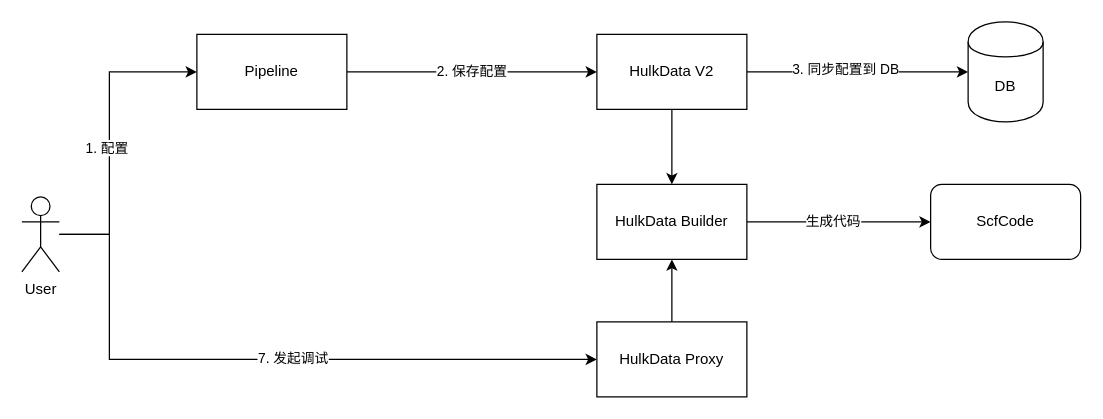
Earlier version of the draw.io diagram 未命名绘图.drawio (NPjuan/learn-react). Source tidied: cells renumbered, new cells numbered last; positions are measured from the earlier drawing's top-left corner, leaving out a move shared by most shapes. Both pictures are drawn from the tidied source at 125%, with x=0, y=0 at pixel (21, 21).
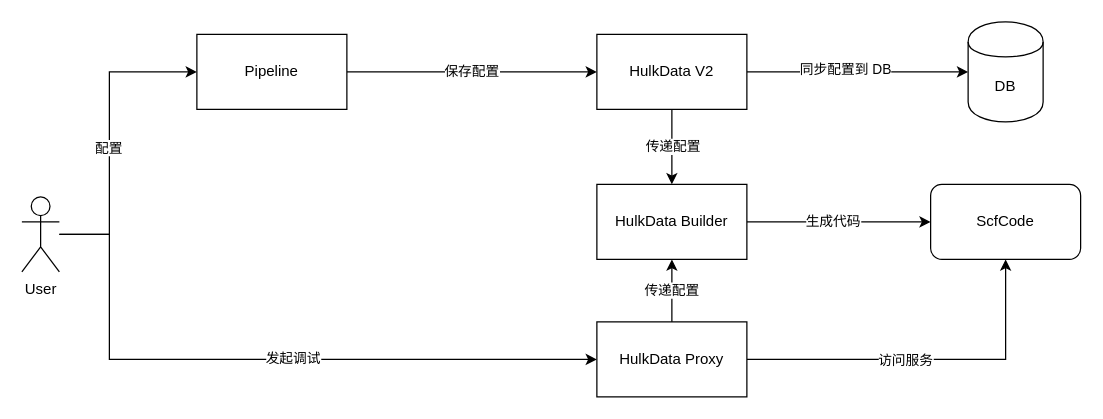
The same page after the edit.

Commit message:
更新未命名绘图.drawio

Unchanged cells that the change refers to:
```xml
<mxCell id="2" style="edgeStyle=orthogonalEdgeStyle;rounded=0;jettySize=auto;html=1;entryX=0;entryY=0.5;entryDx=0;entryDy=0;" parent="1" edge="1" source="6" target="8">
  <mxGeometry relative="1" as="geometry">
    <Array as="points">
      <mxPoint x="70" y="170" />
      <mxPoint x="70" y="40" />
    </Array>
  </mxGeometry>
</mxCell>
<mxCell id="4" style="edgeStyle=orthogonalEdgeStyle;rounded=0;jettySize=auto;html=1;entryX=0;entryY=0.5;entryDx=0;entryDy=0;" parent="1" edge="1" source="6" target="15">
  <mxGeometry relative="1" as="geometry">
    <Array as="points">
      <mxPoint x="70" y="170" />
      <mxPoint x="70" y="270" />
    </Array>
  </mxGeometry>
</mxCell>
<mxCell id="8" value="Pipeline" style="whiteSpace=wrap;html=1;" parent="1" vertex="1">
  <mxGeometry x="140" y="10" width="120" height="60" as="geometry" />
</mxCell>
<mxCell id="9" style="edgeStyle=orthogonalEdgeStyle;rounded=0;jettySize=auto;html=1;entryX=0;entryY=0.5;entryDx=0;entryDy=0;" parent="1" edge="1" source="12" target="13">
  <mxGeometry relative="1" as="geometry" />
</mxCell>
<mxCell id="11" style="edgeStyle=orthogonalEdgeStyle;rounded=0;jettySize=auto;html=1;entryX=0.5;entryY=0;entryDx=0;entryDy=0;" parent="1" edge="1" source="12" target="18">
  <mxGeometry relative="1" as="geometry" />
</mxCell>
<mxCell id="12" value="HulkData V2" style="whiteSpace=wrap;html=1;" parent="1" vertex="1">
  <mxGeometry x="460" y="10" width="120" height="60" as="geometry" />
</mxCell>
<mxCell id="15" value="HulkData Proxy" style="whiteSpace=wrap;html=1;" parent="1" vertex="1">
  <mxGeometry x="460" y="240" width="120" height="60" as="geometry" />
</mxCell>
<mxCell id="18" value="HulkData Builder" style="whiteSpace=wrap;html=1;" parent="1" vertex="1">
  <mxGeometry x="460" y="130" width="120" height="60" as="geometry" />
</mxCell>
<mxCell id="19" value="ScfCode" style="rounded=1;whiteSpace=wrap;html=1;" parent="1" vertex="1">
  <mxGeometry x="727" y="130" width="120" height="60" as="geometry" />
</mxCell>
```

What changed in the source:
```diff
@@
-    <mxCell id="3" value="1. 配置" style="edgeLabel;html=1;align=center;verticalAlign=middle;" parent="2" vertex="1">
+    <mxCell id="3" value="&amp;nbsp;配置" style="edgeLabel;html=1;align=center;verticalAlign=middle;" parent="2" vertex="1">
       <mxGeometry x="-0.08" y="3" relative="1" as="geometry" />
     </mxCell>
@@
-    <mxCell id="5" value="7. 发起调试" style="edgeLabel;html=1;align=center;verticalAlign=middle;" parent="4" vertex="1">
+    <mxCell id="5" value="发起调试" style="edgeLabel;html=1;align=center;verticalAlign=middle;" parent="4" vertex="1">
       <mxGeometry x="0.08" y="2" relative="1" as="geometry" />
     </mxCell>
@@
-    <mxCell id="7" value="2. 保存配置" style="edgeStyle=orthogonalEdgeStyle;rounded=0;jettySize=auto;html=1;entryX=0;entryY=0.5;entryDx=0;entryDy=0;" parent="1" edge="1" source="8" target="12">
+    <mxCell id="7" value="保存配置" style="edgeStyle=orthogonalEdgeStyle;rounded=0;jettySize=auto;html=1;entryX=0;entryY=0.5;entryDx=0;entryDy=0;" parent="1" edge="1" source="8" target="12">
       <mxGeometry relative="1" as="geometry" />
     </mxCell>
@@
-    <mxCell id="10" value="3. 同步配置到 DB" style="edgeLabel;html=1;align=center;verticalAlign=middle;" parent="9" vertex="1">
+    <mxCell id="10" value="同步配置到 DB" style="edgeLabel;html=1;align=center;verticalAlign=middle;" parent="9" vertex="1">
       <mxGeometry x="-0.12" y="3" relative="1" as="geometry" />
     </mxCell>
@@
+    <mxCell id="20" value="传递配置" style="edgeLabel;html=1;align=center;verticalAlign=middle;" parent="11" vertex="1">
+      <mxGeometry x="-0.03" relative="1" as="geometry" />
+    </mxCell>
@@
-    <mxCell id="14" style="edgeStyle=orthogonalEdgeStyle;rounded=0;jettySize=auto;html=1;entryX=0.5;entryY=1;entryDx=0;entryDy=0;" parent="1" edge="1" source="15" target="18">
+    <mxCell id="14" value="传递配置" style="edgeStyle=orthogonalEdgeStyle;rounded=0;jettySize=auto;html=1;entryX=0.5;entryY=1;entryDx=0;entryDy=0;" parent="1" edge="1" source="15" target="18">
       <mxGeometry relative="1" as="geometry" />
     </mxCell>
+    <mxCell id="21" style="edgeStyle=orthogonalEdgeStyle;rounded=0;jettySize=auto;html=1;entryX=0.5;entryY=1;entryDx=0;entryDy=0;" parent="1" edge="1" source="15" target="19">
+      <mxGeometry relative="1" as="geometry" />
+    </mxCell>
+    <mxCell id="22" value="访问服务" style="edgeLabel;html=1;align=center;verticalAlign=middle;" parent="21" vertex="1">
+      <mxGeometry x="-0.12" relative="1" as="geometry" />
+    </mxCell>
```
